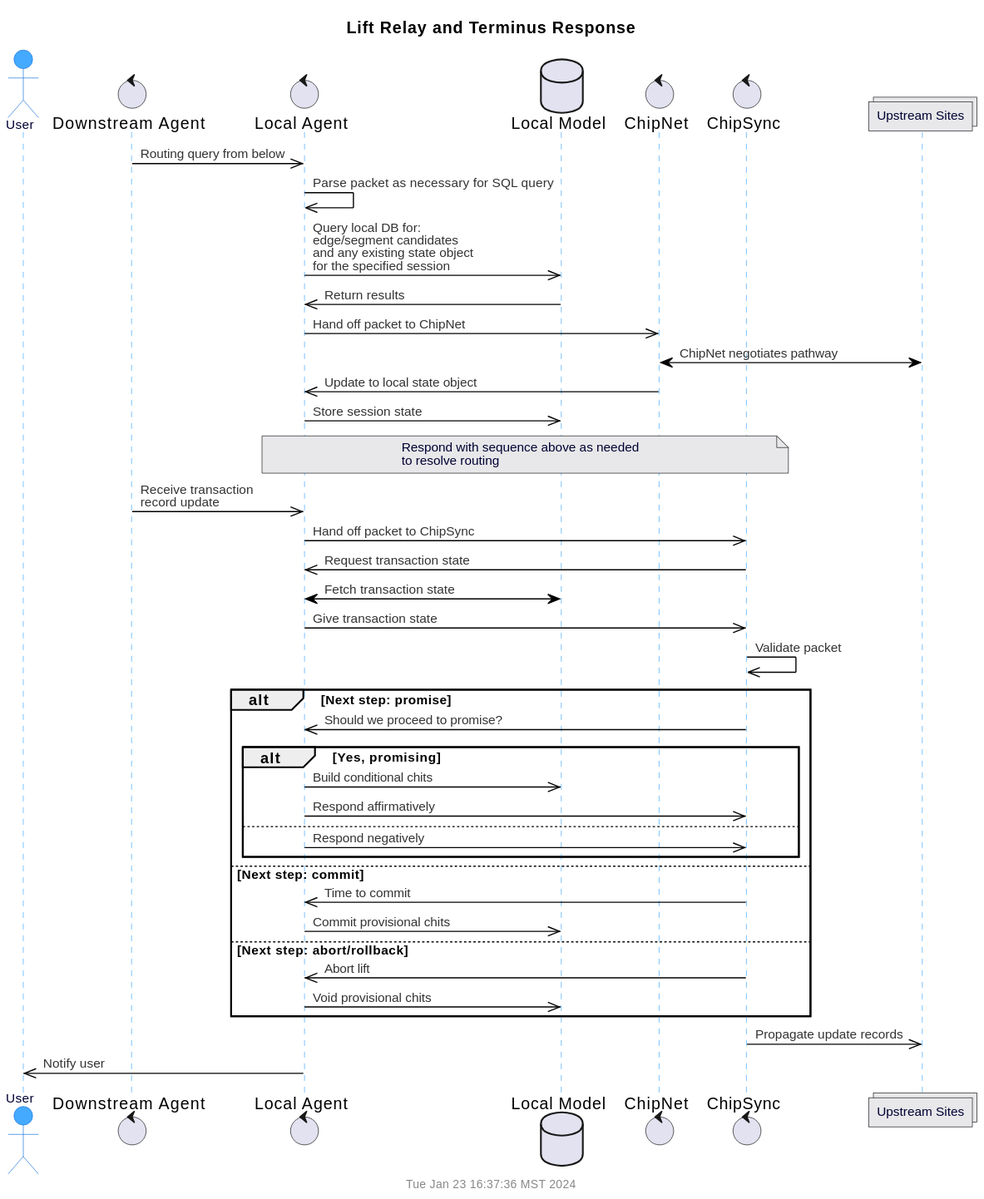
Before: doc/uml/seq-lift-relay.svg, a diagram exported from PlantUML (gotchoices/MyCHIPs). Its diagram source:
```plantuml
@startuml
!include common.puml
$title(Lift Relay and Terminus Response)
actor "User" as user
control "Downstream Agent" as dnAgent
control "Local Agent" as relAgent
database "Local Model" as relDB
control "ChipNet" as chipNet
control "ChipSync" as chipSync
collections "Upstream Sites" as upSites

dnAgent		->>	relAgent:	Routing query from below
relAgent	->>	relAgent:	Parse packet as necessary for SQL query
relAgent	->>	relDB:		Query local DB for:\nedge/segment candidates\nand any existing state object\nfor the specified session
relDB		->>	relAgent:	Return results
relAgent	->>	chipNet:	Hand off packet to ChipNet
chipNet		<->	upSites:	ChipNet negotiates pathway
chipNet		->>	relAgent:	Update to local state object
relAgent	->>	relDB:		Store session state

note over relAgent, chipSync:		Respond with sequence above as needed\nto resolve routing

dnAgent		->>	relAgent:	Receive transaction\nrecord update
relAgent	->>	chipSync:	Hand off packet to ChipSync

chipSync	->>	relAgent:	Request transaction state
relAgent	<->	relDB:		Fetch transaction state
relAgent	->>	chipSync:	Give transaction state
chipSync	->>	chipSync:	Validate packet

alt Next step: promise
  chipSync	->>	relAgent:	Should we proceed to promise?

  alt Yes, promising
    relAgent	->>	relDB:		Build conditional chits
    relAgent	->>	chipSync:	Respond affirmatively
  else
    relAgent	->>	chipSync:	Respond negatively
  end

else Next step: commit
  chipSync	->>	relAgent:	Time to commit
  relAgent	->>	relDB:		Commit provisional chits

else Next step: abort/rollback
  chipSync	->>	relAgent:	Abort lift
  relAgent	->>	relDB:		Void provisional chits

end

chipSync	->>	upSites:	Propagate update records
relAgent	->>	user:		Notify user
@enduml
```
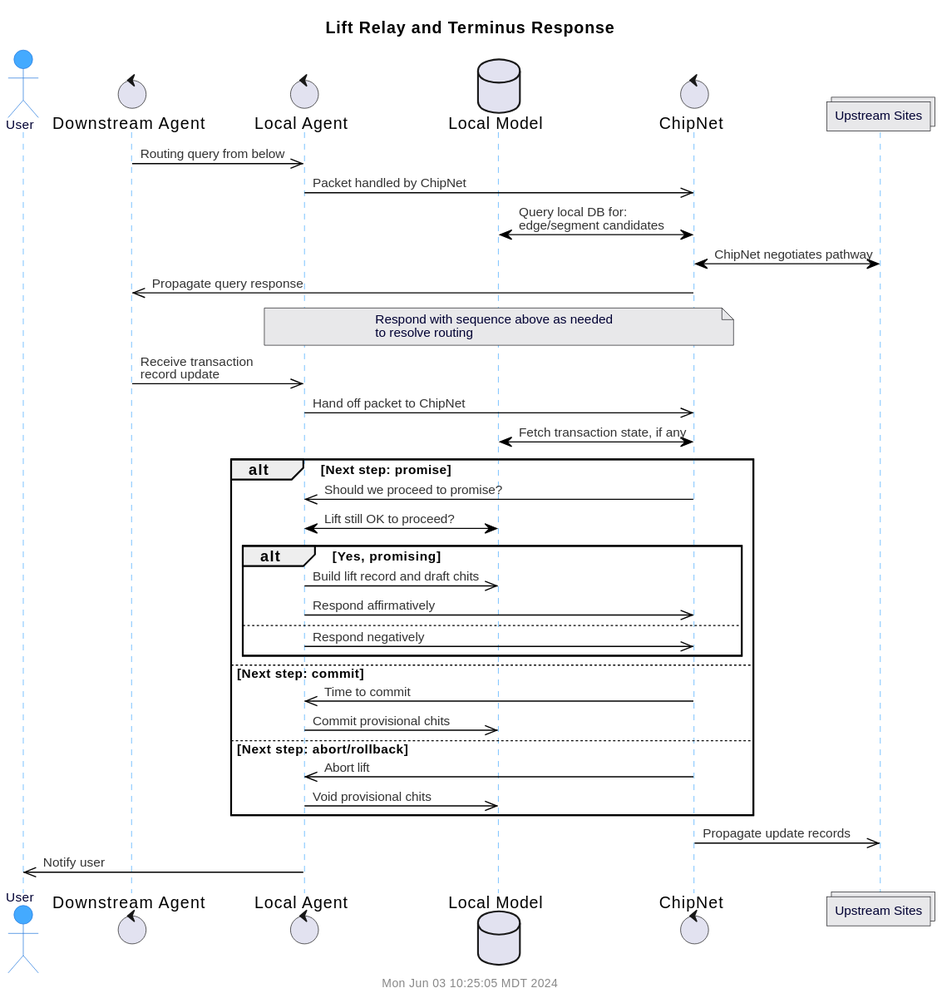
After the commit.

What changed in the source:
```diff
@@ -6,48 +6,42 @@
 control "Local Agent" as relAgent
 database "Local Model" as relDB
 control "ChipNet" as chipNet
-control "ChipSync" as chipSync
 collections "Upstream Sites" as upSites
 
 dnAgent		->>	relAgent:	Routing query from below
-relAgent	->>	relAgent:	Parse packet as necessary for SQL query
-relAgent	->>	relDB:		Query local DB for:\nedge/segment candidates\nand any existing state object\nfor the specified session
-relDB		->>	relAgent:	Return results
-relAgent	->>	chipNet:	Hand off packet to ChipNet
+relAgent	->>	chipNet:	Packet handled by ChipNet
+chipNet		<->	relDB:		Query local DB for:\nedge/segment candidates
 chipNet		<->	upSites:	ChipNet negotiates pathway
-chipNet		->>	relAgent:	Update to local state object
-relAgent	->>	relDB:		Store session state
+chipNet		->>	dnAgent:	Propagate query response
 
-note over relAgent, chipSync:		Respond with sequence above as needed\nto resolve routing
+note over relAgent, chipNet:		Respond with sequence above as needed\nto resolve routing
 
 dnAgent		->>	relAgent:	Receive transaction\nrecord update
-relAgent	->>	chipSync:	Hand off packet to ChipSync
+relAgent	->>	chipNet:	Hand off packet to ChipNet
 
-chipSync	->>	relAgent:	Request transaction state
-relAgent	<->	relDB:		Fetch transaction state
-relAgent	->>	chipSync:	Give transaction state
-chipSync	->>	chipSync:	Validate packet
+chipNet		<->	relDB:		Fetch transaction state, if any
 
 alt Next step: promise
-  chipSync	->>	relAgent:	Should we proceed to promise?
+  chipNet	->>	relAgent:	Should we proceed to promise?
+  relAgent	<->	relDB:		Lift still OK to proceed?
 
   alt Yes, promising
-    relAgent	->>	relDB:		Build conditional chits
-    relAgent	->>	chipSync:	Respond affirmatively
+    relAgent	->>	relDB:		Build lift record and draft chits
+    relAgent	->>	chipNet:	Respond affirmatively
   else
-    relAgent	->>	chipSync:	Respond negatively
+    relAgent	->>	chipNet:	Respond negatively
   end
 
 else Next step: commit
-  chipSync	->>	relAgent:	Time to commit
+  chipNet	->>	relAgent:	Time to commit
   relAgent	->>	relDB:		Commit provisional chits
 
 else Next step: abort/rollback
-  chipSync	->>	relAgent:	Abort lift
+  chipNet	->>	relAgent:	Abort lift
   relAgent	->>	relDB:		Void provisional chits
 
 end
 
-chipSync	->>	upSites:	Propagate update records
+chipNet	->>	upSites:	Propagate update records
 relAgent	->>	user:		Notify user
 @enduml
```
